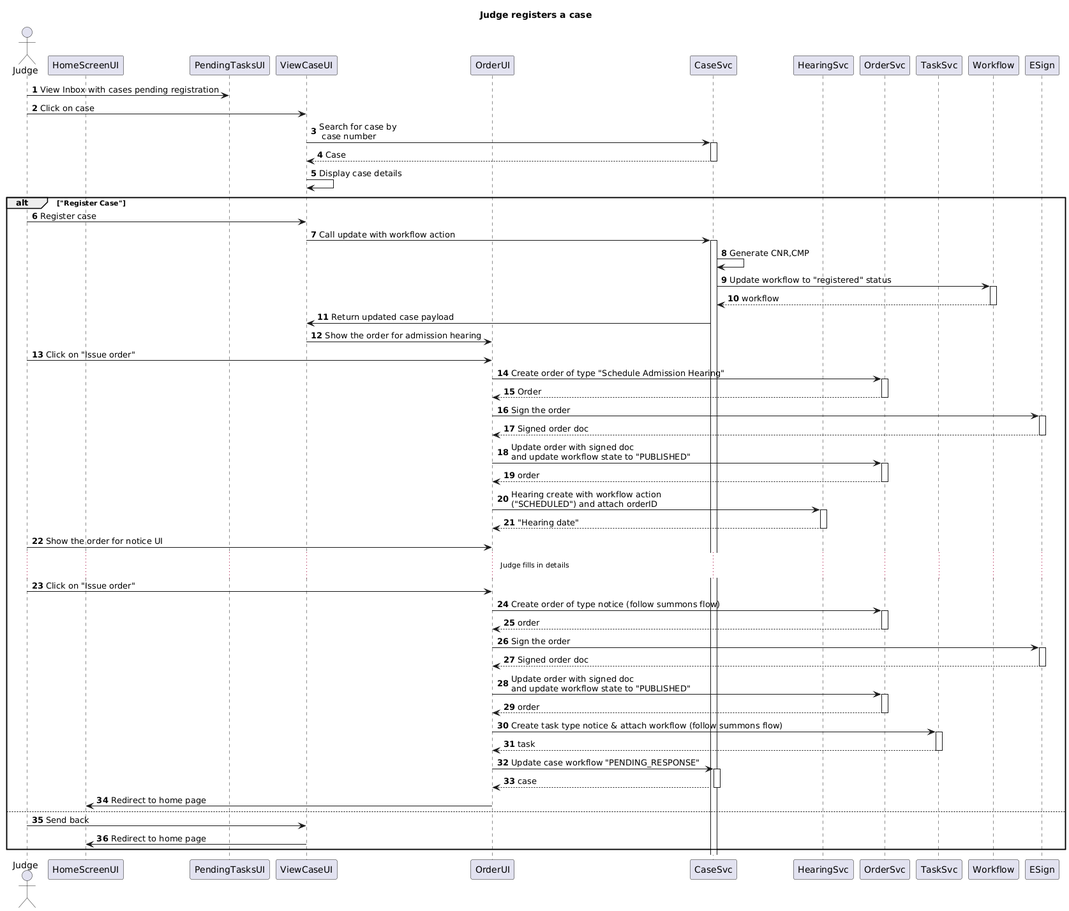
Above: docs/UI_Sequence_Diagrams/Case Flows/Diagrams/BNSS_Judge_Registers_Case.png in pucardotorg/dristi (PlantUML), before the change.
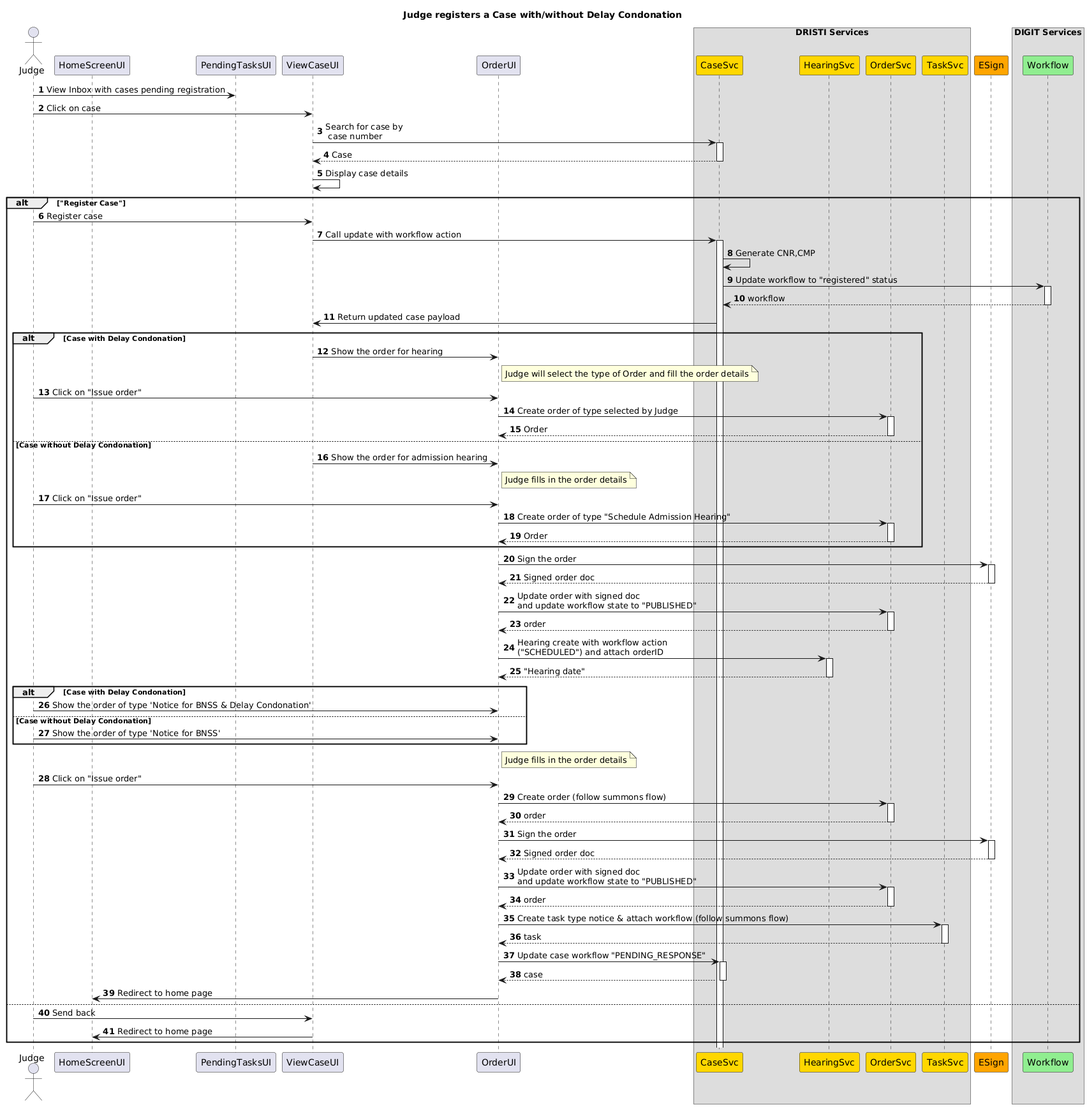
Above is the later version.

Commit message:
sequence diagrams for handing digital divide and also the case registration with our without delay condonation

What changed in the source:
```diff
@@ -1,17 +1,25 @@
 @startuml
-title "Judge registers a case"
+title "Judge registers a Case with/without Delay Condonation"
 autonumber
 actor Judge as J
-participant HomeScreenUI as H order 1
-participant PendingTasksUI as I order 2
-participant ViewCaseUI as CI order 3
-participant OrderUI as OI order 4
-participant CaseSvc order 6
-participant HearingSvc order 7
-participant OrderSvc order 8
-participant TaskSvc order 9
-participant Workflow order 10
-participant ESign order 15
+
+participant HomeScreenUI as H
+participant PendingTasksUI as I
+participant ViewCaseUI as CI
+participant OrderUI as OI
+
+box DRISTI Services
+participant CaseSvc #gold
+participant HearingSvc #gold
+participant OrderSvc #gold
+participant TaskSvc #gold
+end box
+
+participant ESign #orange
+
+box DIGIT Services
+participant Workflow #lightgreen
+end box
 
 J->I: View Inbox with cases pending registration
 J->CI: Click on case
@@ -25,20 +33,37 @@
 CaseSvc->Workflow++: Update workflow to "registered" status
 return workflow
 CaseSvc->CI: Return updated case payload
+
+alt Case with Delay Condonation
+CI-> OI: Show the order for hearing
+note right of OI: Judge will select the type of Order and fill the order details
+J->OI: Click on "Issue order"
+OI->OrderSvc++:Create order of type selected by Judge
+return Order
+else Case without Delay Condonation
 CI-> OI: Show the order for admission hearing
+note right of OI: Judge fills in the order details
 J->OI: Click on "Issue order"
 OI->OrderSvc++:Create order of type "Schedule Admission Hearing"
 return Order
+end
+
 OI->ESign++:Sign the order
 return Signed order doc
 OI->OrderSvc++: Update order with signed doc \nand update workflow state to "PUBLISHED"
 return order
 OI->HearingSvc++: Hearing create with workflow action \n("SCHEDULED") and attach orderID
 return "Hearing date"
-J->OI: Show the order for notice UI
-...Judge fills in details...
+
+alt Case with Delay Condonation
+J->OI: Show the order of type 'Notice for BNSS & Delay Condonation'
+else Case without Delay Condonation
+J->OI: Show the order of type 'Notice for BNSS'
+end
+
+note right of OI: Judge fills in the order details
 J ->OI: Click on "Issue order"
-OI->OrderSvc++:Create order of type notice (follow summons flow)
+OI->OrderSvc++:Create order (follow summons flow)
 return order
 OI->ESign++:Sign the order
 return Signed order doc
```
